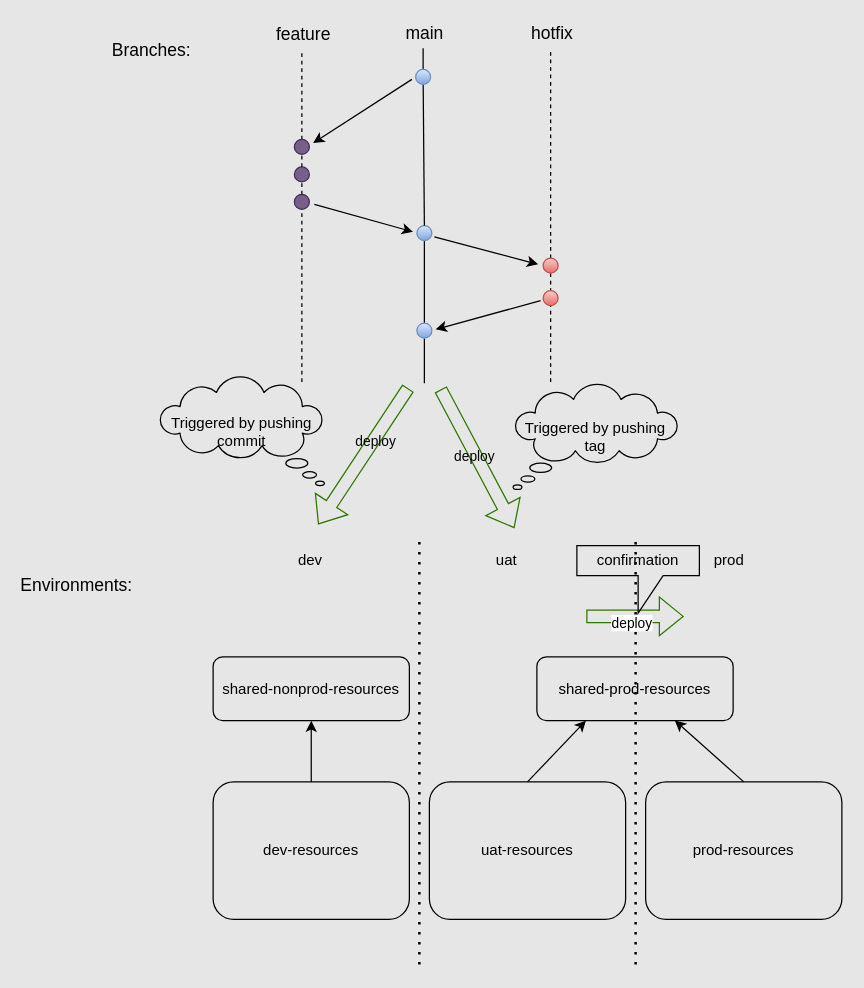
This is doc/diagrams/f8t_branches_environments.drawio from beniaminzaborski/bz-f8t-administration, a draw.io file, before an edit. Source tidied: cells renumbered, new cells numbered last; positions are measured from the earlier drawing's top-left corner, leaving out a move shared by most shapes. Both pictures are drawn from the tidied source at 125%, with x=0, y=0 at pixel (39, 31).
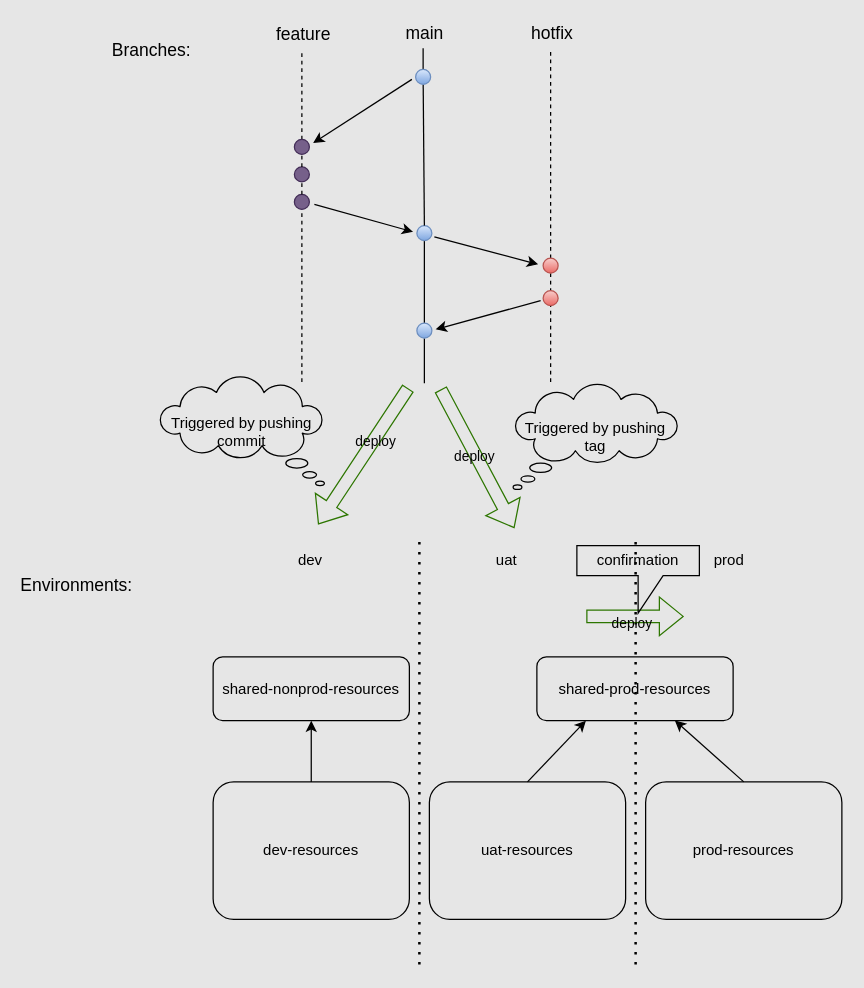
The same diagram, later.

The change refers to these unchanged cells:
```xml
<mxCell id="20" style="shape=flexArrow;endArrow=classic;html=1;rounded=0;fillColor=none;strokeColor=#2D7600;" parent="1" edge="1">
  <mxGeometry relative="1" as="geometry">
    <mxPoint x="437.5" y="467.6" as="sourcePoint" />
    <mxPoint x="515.5" y="467.6" as="targetPoint" />
  </mxGeometry>
</mxCell>
```

The edit, as a diff of the source:
```diff
@@
-    <mxCell id="21" value="deploy" style="edgeLabel;html=1;align=center;verticalAlign=middle;" parent="20" vertex="1">
+    <mxCell id="21" value="deploy" style="edgeLabel;html=1;align=center;verticalAlign=middle;labelBackgroundColor=none;" parent="20" vertex="1">
       <mxGeometry x="-0.57" y="1" relative="1" as="geometry">
         <mxPoint x="19" y="6" as="offset" />
       </mxGeometry>
     </mxCell>
```
